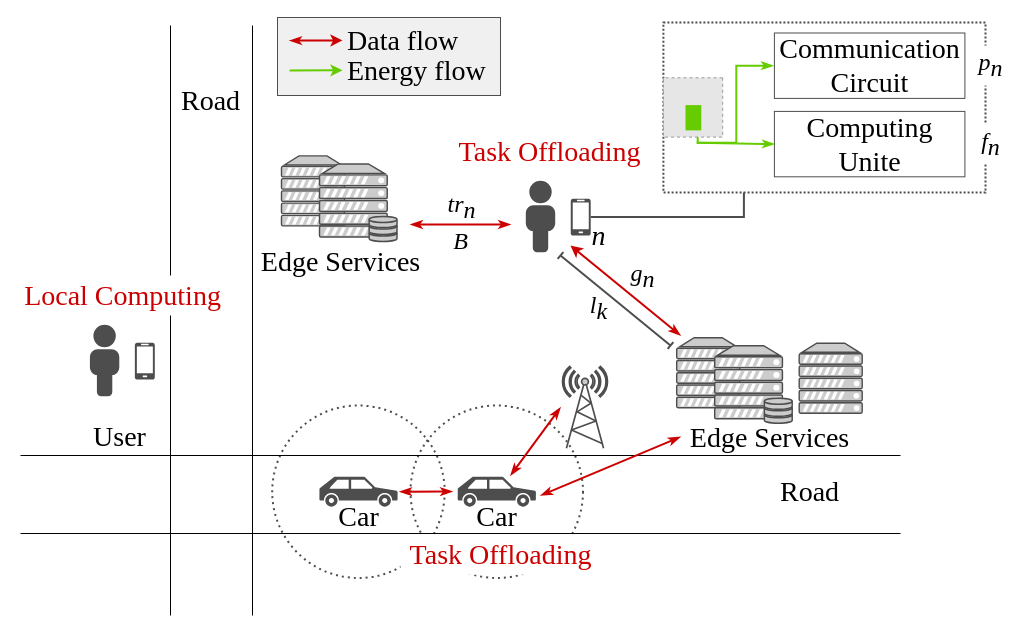
This is Untitled Diagram.drawio from HuangWanqiu/RL_GYM, a draw.io file, before an edit. Source tidied: cells renumbered, new cells numbered last; positions are measured from the earlier drawing's top-left corner, leaving out a move shared by most shapes. Both pictures are drawn from the tidied source at 100%, with x=0, y=0 at pixel (17, 17). Pictures stored in the file or linked from it are replaced by grey dashed boxes.
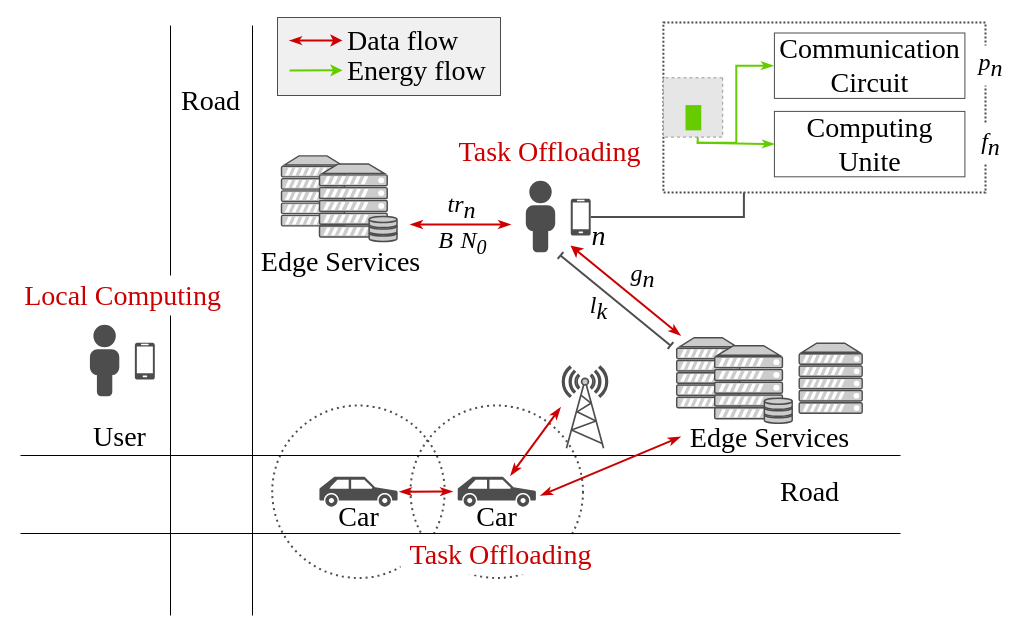
The same diagram, later.

Commit message:
Edge Computing process

Change to the diagram source:
```diff
@@
     <mxCell id="59" value="&lt;i style=&quot;font-size: 24px;&quot;&gt;B&lt;/i&gt;" style="text;html=1;align=center;verticalAlign=middle;fillColor=none;strokeColor=none;rounded=0;dashed=1;fontFamily=Times New Roman;fontSize=24;" parent="1" vertex="1">
-      <mxGeometry x="428" y="209" width="30" height="30" as="geometry" />
+      <mxGeometry x="413" y="208" width="30" height="30" as="geometry" />
     </mxCell>
@@
+    <mxCell id="63" value="&lt;i style=&quot;font-size: 24px&quot;&gt;N&lt;sub&gt;0&lt;/sub&gt;&lt;/i&gt;" style="text;html=1;align=center;verticalAlign=middle;fillColor=none;strokeColor=none;rounded=0;dashed=1;fontFamily=Times New Roman;fontSize=24;" parent="1" vertex="1">
+      <mxGeometry x="436" y="205" width="40" height="40" as="geometry" />
+    </mxCell>
```
